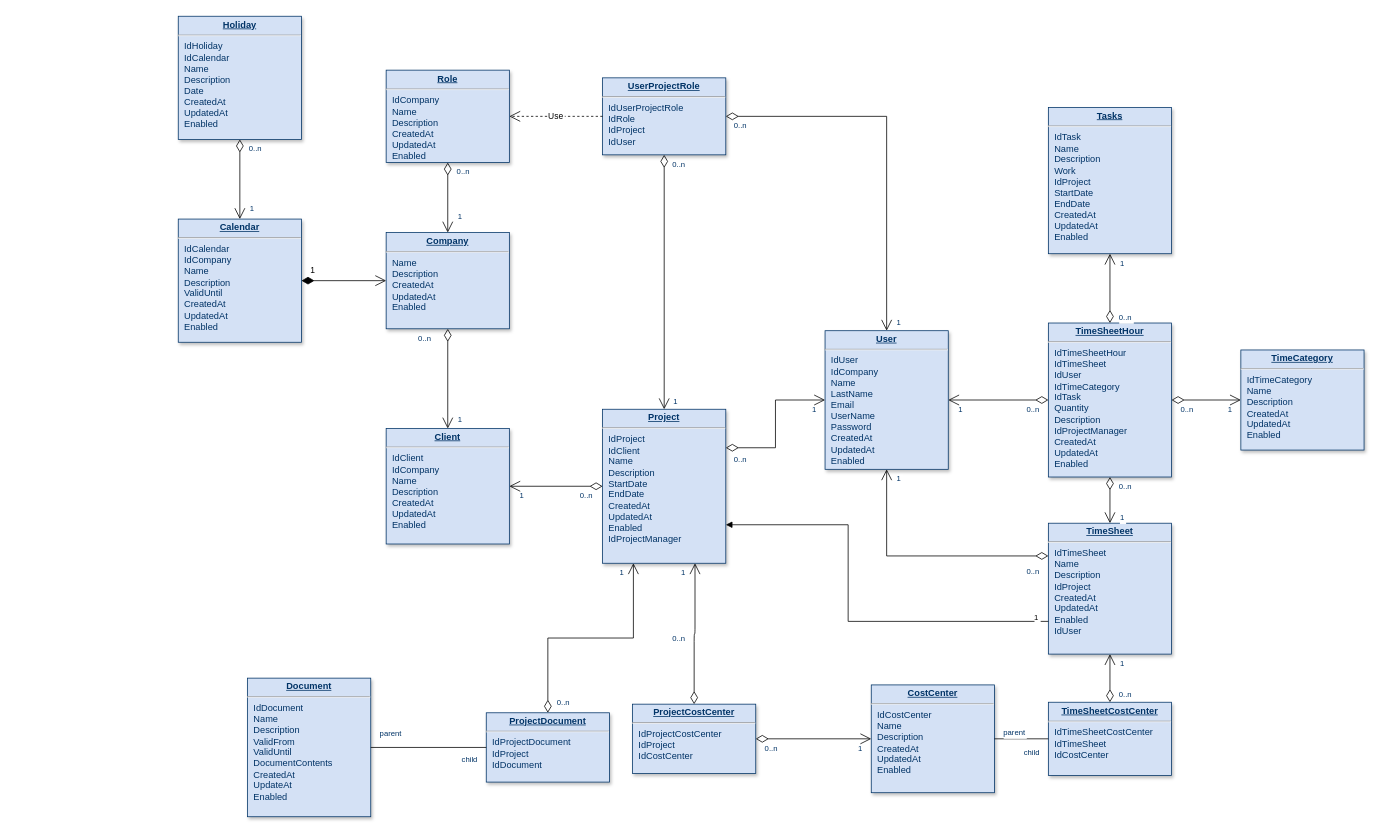
Before: Untitled Diagram.drawio in gilubilu/hello-world, a draw.io diagram. Source tidied: cells renumbered, new cells numbered last; positions are measured from the earlier drawing's top-left corner, leaving out a move shared by most shapes. Both pictures are drawn from the tidied source at 77%, with x=0, y=0 at pixel (178, 16).
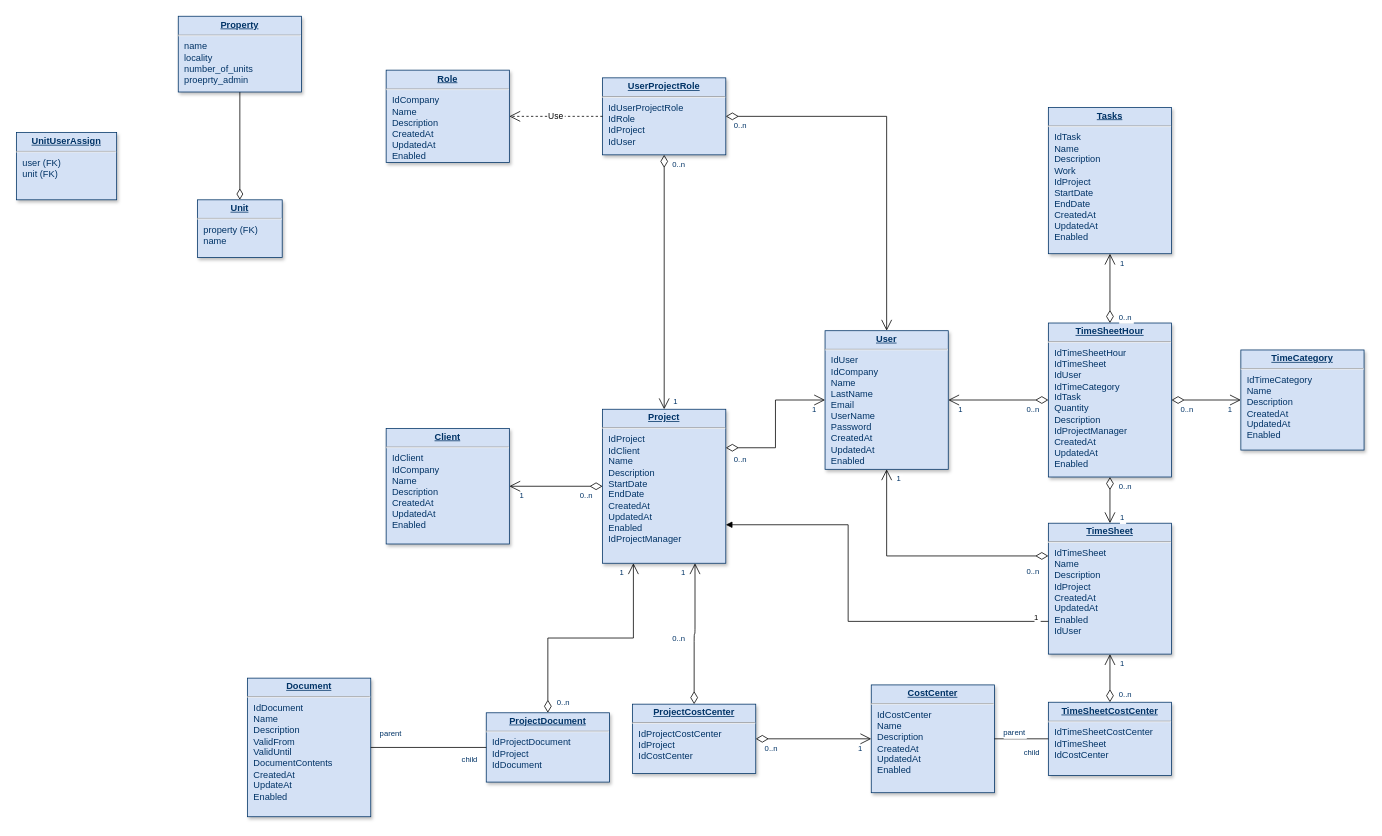
The same diagram, later.

Unchanged cells that the change refers to:
```xml
<mxCell id="2" value="&lt;p style=&quot;margin: 0px; margin-top: 4px; text-align: center; text-decoration: underline;&quot;&gt;&lt;strong&gt;Role&lt;/strong&gt;&lt;/p&gt;&lt;hr /&gt;&lt;p style=&quot;margin: 0px; margin-left: 8px;&quot;&gt;IdCompany&lt;br /&gt;Name&lt;/p&gt;&lt;p style=&quot;margin: 0px; margin-left: 8px;&quot;&gt;Description&lt;/p&gt;&lt;p style=&quot;margin: 0px; margin-left: 8px;&quot;&gt;CreatedAt&lt;/p&gt;&lt;p style=&quot;margin: 0px; margin-left: 8px;&quot;&gt;UpdatedAt&lt;/p&gt;&lt;p style=&quot;margin: 0px; margin-left: 8px;&quot;&gt;Enabled&lt;/p&gt;" style="verticalAlign=top;align=left;overflow=fill;fontSize=12;fontFamily=Helvetica;html=1;strokeColor=#003366;shadow=1;fillColor=#D4E1F5;fontColor=#003366;" parent="1" vertex="1">
  <mxGeometry x="270" y="69.6" width="160" height="120" as="geometry" />
</mxCell>
<mxCell id="7" value="&lt;p style=&quot;margin: 0px; margin-top: 4px; text-align: center; text-decoration: underline;&quot;&gt;&lt;strong&gt;Client&lt;/strong&gt;&lt;/p&gt;&lt;hr /&gt;&lt;p style=&quot;margin: 0px; margin-left: 8px;&quot;&gt;IdClient&lt;/p&gt;&lt;p style=&quot;margin: 0px; margin-left: 8px;&quot;&gt;IdCompany&lt;/p&gt;&lt;p style=&quot;margin: 0px; margin-left: 8px;&quot;&gt;Name&lt;/p&gt;&lt;p style=&quot;margin: 0px; margin-left: 8px;&quot;&gt;Description&lt;/p&gt;&lt;p style=&quot;margin: 0px; margin-left: 8px;&quot;&gt;CreatedAt&lt;/p&gt;&lt;p style=&quot;margin: 0px; margin-left: 8px;&quot;&gt;UpdatedAt&lt;/p&gt;&lt;p style=&quot;margin: 0px; margin-left: 8px;&quot;&gt;Enabled&lt;/p&gt;" style="verticalAlign=top;align=left;overflow=fill;fontSize=12;fontFamily=Helvetica;html=1;strokeColor=#003366;shadow=1;fillColor=#D4E1F5;fontColor=#003366;" parent="1" vertex="1">
  <mxGeometry x="270" y="535" width="160" height="150" as="geometry" />
</mxCell>
<mxCell id="22" style="endArrow=open;endSize=12;startArrow=diamondThin;startSize=14;startFill=0;edgeStyle=orthogonalEdgeStyle;rounded=0;" parent="1" edge="1" source="6" target="5">
  <mxGeometry x="519.4" y="180" as="geometry" />
</mxCell>
```

Diff of the diagram source:
```diff
@@
-    <mxCell id="3" value="&lt;p style=&quot;margin: 0px; margin-top: 4px; text-align: center; text-decoration: underline;&quot;&gt;&lt;strong&gt;Company&lt;/strong&gt;&lt;/p&gt;&lt;hr /&gt;&lt;p style=&quot;margin: 0px; margin-left: 8px;&quot;&gt;Name&lt;/p&gt;&lt;p style=&quot;margin: 0px; margin-left: 8px;&quot;&gt;Description&lt;/p&gt;&lt;p style=&quot;margin: 0px; margin-left: 8px;&quot;&gt;CreatedAt&lt;/p&gt;&lt;p style=&quot;margin: 0px; margin-left: 8px;&quot;&gt;UpdatedAt&lt;/p&gt;&lt;p style=&quot;margin: 0px; margin-left: 8px;&quot;&gt;Enabled&lt;/p&gt;" style="verticalAlign=top;align=left;overflow=fill;fontSize=12;fontFamily=Helvetica;html=1;strokeColor=#003366;shadow=1;fillColor=#D4E1F5;fontColor=#003366;" parent="1" vertex="1">
-      <mxGeometry x="270" y="280.5" width="160" height="125" as="geometry" />
+    <mxCell id="3" value="&lt;p style=&quot;margin: 0px ; margin-top: 4px ; text-align: center ; text-decoration: underline&quot;&gt;&lt;b&gt;UnitUserAssign&lt;/b&gt;&lt;/p&gt;&lt;hr&gt;&lt;p style=&quot;margin: 0px ; margin-left: 8px&quot;&gt;user (FK)&lt;/p&gt;&lt;p style=&quot;margin: 0px ; margin-left: 8px&quot;&gt;unit (FK)&lt;/p&gt;" style="verticalAlign=top;align=left;overflow=fill;fontSize=12;fontFamily=Helvetica;html=1;strokeColor=#003366;shadow=1;fillColor=#D4E1F5;fontColor=#003366;" parent="1" vertex="1">
+      <mxGeometry x="-210" y="150.5" width="130" height="87.5" as="geometry" />
     </mxCell>
+    <mxCell id="77" style="edgeStyle=orthogonalEdgeStyle;rounded=0;jettySize=auto;html=1;entryX=0.5;entryY=1;entryDx=0;entryDy=0;endArrow=none;endFill=0;startArrow=diamondThin;startFill=0;endSize=12;startSize=12;" parent="1" edge="1" source="4" target="8">
+      <mxGeometry relative="1" as="geometry" />
+    </mxCell>
-    <mxCell id="4" value="&lt;p style=&quot;margin: 0px; margin-top: 4px; text-align: center; text-decoration: underline;&quot;&gt;&lt;strong&gt;Calendar&lt;/strong&gt;&lt;/p&gt;&lt;hr /&gt;&lt;p style=&quot;margin: 0px; margin-left: 8px;&quot;&gt;IdCalendar&lt;/p&gt;&lt;p style=&quot;margin: 0px; margin-left: 8px;&quot;&gt;IdCompany&lt;/p&gt;&lt;p style=&quot;margin: 0px; margin-left: 8px;&quot;&gt;Name&lt;/p&gt;&lt;p style=&quot;margin: 0px; margin-left: 8px;&quot;&gt;Description&lt;/p&gt;&lt;p style=&quot;margin: 0px; margin-left: 8px;&quot;&gt;ValidUntil&lt;/p&gt;&lt;p style=&quot;margin: 0px; margin-left: 8px;&quot;&gt;CreatedAt&lt;/p&gt;&lt;p style=&quot;margin: 0px; margin-left: 8px;&quot;&gt;UpdatedAt&lt;/p&gt;&lt;p style=&quot;margin: 0px; margin-left: 8px;&quot;&gt;Enabled&lt;/p&gt;" style="verticalAlign=top;align=left;overflow=fill;fontSize=12;fontFamily=Helvetica;html=1;strokeColor=#003366;shadow=1;fillColor=#D4E1F5;fontColor=#003366;" parent="1" vertex="1">
-      <mxGeometry y="263" width="160" height="160" as="geometry" />
+    <mxCell id="4" value="&lt;p style=&quot;margin: 0px ; margin-top: 4px ; text-align: center ; text-decoration: underline&quot;&gt;&lt;strong&gt;Unit&lt;/strong&gt;&lt;/p&gt;&lt;hr&gt;&lt;p style=&quot;margin: 0px ; margin-left: 8px&quot;&gt;property (FK)&lt;/p&gt;&lt;p style=&quot;margin: 0px ; margin-left: 8px&quot;&gt;name&lt;/p&gt;" style="verticalAlign=top;align=left;overflow=fill;fontSize=12;fontFamily=Helvetica;html=1;strokeColor=#003366;shadow=1;fillColor=#D4E1F5;fontColor=#003366;" parent="1" vertex="1">
+      <mxGeometry x="25" y="238" width="110" height="75" as="geometry" />
     </mxCell>
@@
-    <mxCell id="8" value="&lt;p style=&quot;margin: 0px; margin-top: 4px; text-align: center; text-decoration: underline;&quot;&gt;&lt;strong&gt;Holiday&lt;/strong&gt;&lt;/p&gt;&lt;hr /&gt;&lt;p style=&quot;margin: 0px; margin-left: 8px;&quot;&gt;IdHoliday&lt;/p&gt;&lt;p style=&quot;margin: 0px; margin-left: 8px;&quot;&gt;IdCalendar&lt;/p&gt;&lt;p style=&quot;margin: 0px; margin-left: 8px;&quot;&gt;Name&lt;/p&gt;&lt;p style=&quot;margin: 0px; margin-left: 8px;&quot;&gt;Description&lt;/p&gt;&lt;p style=&quot;margin: 0px; margin-left: 8px;&quot;&gt;Date&lt;/p&gt;&lt;p style=&quot;margin: 0px; margin-left: 8px;&quot;&gt;CreatedAt&lt;/p&gt;&lt;p style=&quot;margin: 0px; margin-left: 8px;&quot;&gt;UpdatedAt&lt;/p&gt;&lt;p style=&quot;margin: 0px; margin-left: 8px;&quot;&gt;Enabled&lt;/p&gt;" style="verticalAlign=top;align=left;overflow=fill;fontSize=12;fontFamily=Helvetica;html=1;strokeColor=#003366;shadow=1;fillColor=#D4E1F5;fontColor=#003366;" parent="1" vertex="1">
-      <mxGeometry y="-0.4" width="160" height="160" as="geometry" />
+    <mxCell id="8" value="&lt;p style=&quot;margin: 0px ; margin-top: 4px ; text-align: center ; text-decoration: underline&quot;&gt;&lt;strong&gt;Property&lt;/strong&gt;&lt;/p&gt;&lt;hr&gt;&lt;p style=&quot;margin: 0px ; margin-left: 8px&quot;&gt;name&lt;/p&gt;&lt;p style=&quot;margin: 0px ; margin-left: 8px&quot;&gt;locality&lt;/p&gt;&lt;p style=&quot;margin: 0px ; margin-left: 8px&quot;&gt;number_of_units&lt;/p&gt;&lt;p style=&quot;margin: 0px ; margin-left: 8px&quot;&gt;proeprty_admin&lt;/p&gt;" style="verticalAlign=top;align=left;overflow=fill;fontSize=12;fontFamily=Helvetica;html=1;strokeColor=#003366;shadow=1;fillColor=#D4E1F5;fontColor=#003366;" parent="1" vertex="1">
+      <mxGeometry y="-0.4" width="160" height="98.4" as="geometry" />
     </mxCell>
@@
-    <mxCell id="19" style="endArrow=open;endSize=12;startArrow=diamondThin;startSize=14;startFill=0;edgeStyle=orthogonalEdgeStyle;" parent="1" edge="1" source="2" target="3">
-      <mxGeometry y="160" as="geometry" />
-    </mxCell>
-    <mxCell id="20" value="0..n" style="align=left;verticalAlign=top;labelBackgroundColor=#ffffff;fontSize=10;strokeColor=#003366;shadow=1;fillColor=#D4E1F5;fontColor=#003366;" parent="19" vertex="1">
-      <mxGeometry x="-1" relative="1" as="geometry">
-        <mxPoint x="10" as="offset" />
-      </mxGeometry>
-    </mxCell>
-    <mxCell id="21" value="1" style="align=right;verticalAlign=top;labelBackgroundColor=#ffffff;fontSize=10;strokeColor=#003366;shadow=1;fillColor=#D4E1F5;fontColor=#003366;" parent="19" vertex="1">
-      <mxGeometry x="1" relative="1" as="geometry">
-        <mxPoint x="590" y="105" as="offset" />
-      </mxGeometry>
-    </mxCell>
@@
-    <mxCell id="24" value="1" style="align=right;verticalAlign=top;labelBackgroundColor=#ffffff;fontSize=10;strokeColor=#003366;shadow=1;fillColor=#D4E1F5;fontColor=#003366;" parent="22" vertex="1">
-      <mxGeometry x="1" relative="1" as="geometry">
-        <mxPoint x="-550" y="-160" as="offset" />
-      </mxGeometry>
-    </mxCell>
@@
-    <mxCell id="58" style="endArrow=open;endSize=12;startArrow=diamondThin;startSize=14;startFill=0;edgeStyle=orthogonalEdgeStyle;" parent="1" edge="1" source="3" target="7">
-      <mxGeometry x="519.4" y="200" as="geometry" />
-    </mxCell>
-    <mxCell id="59" value="0..n" style="align=left;verticalAlign=top;labelBackgroundColor=#ffffff;fontSize=10;strokeColor=#003366;shadow=1;fillColor=#D4E1F5;fontColor=#003366;" parent="58" vertex="1">
-      <mxGeometry x="-1" relative="1" as="geometry">
-        <mxPoint x="-40" as="offset" />
-      </mxGeometry>
-    </mxCell>
-    <mxCell id="60" value="1" style="align=right;verticalAlign=top;labelBackgroundColor=#ffffff;fontSize=10;strokeColor=#003366;shadow=1;fillColor=#D4E1F5;fontColor=#003366;" parent="58" vertex="1">
-      <mxGeometry x="1" relative="1" as="geometry">
-        <mxPoint x="20" y="-25" as="offset" />
-      </mxGeometry>
-    </mxCell>
-    <mxCell id="61" style="endArrow=open;endSize=12;startArrow=diamondThin;startSize=14;startFill=0;edgeStyle=orthogonalEdgeStyle;" parent="1" edge="1" source="8" target="4">
-      <mxGeometry x="620" y="340" as="geometry" />
-    </mxCell>
-    <mxCell id="62" value="0..n" style="align=left;verticalAlign=top;labelBackgroundColor=#ffffff;fontSize=10;strokeColor=#003366;shadow=1;fillColor=#D4E1F5;fontColor=#003366;" parent="61" vertex="1">
-      <mxGeometry x="-1" relative="1" as="geometry">
-        <mxPoint x="10" as="offset" />
-      </mxGeometry>
-    </mxCell>
-    <mxCell id="63" value="1" style="align=right;verticalAlign=top;labelBackgroundColor=#ffffff;fontSize=10;strokeColor=#003366;shadow=1;fillColor=#D4E1F5;fontColor=#003366;" parent="61" vertex="1">
-      <mxGeometry x="1" relative="1" as="geometry">
-        <mxPoint x="20" y="-25" as="offset" />
-      </mxGeometry>
-    </mxCell>
@@
-    <mxCell id="68" value="1" style="endArrow=open;endSize=12;startArrow=diamondThin;startSize=14;startFill=1;edgeStyle=orthogonalEdgeStyle;align=left;verticalAlign=bottom;" parent="1" edge="1" source="4" target="3">
-      <mxGeometry x="-0.82" y="5" relative="1" as="geometry" />
-    </mxCell>
```
